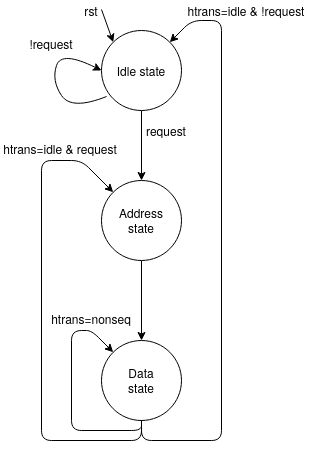
Before: figs/ESL/Bus_fsm_new.png, a diagram exported from draw.io (Ovsthus/hovsthus_thesis). Source tidied: cells renumbered, new cells last; positions are measured from the earlier drawing's top-left corner, leaving out a move shared by most shapes.
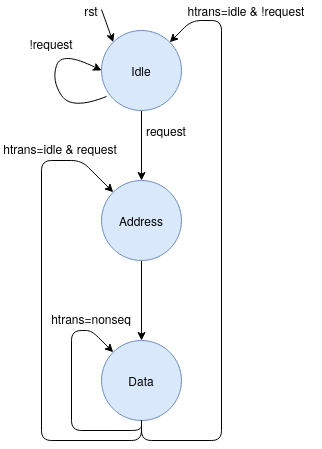
The same file after the commit.

What changed in the source:
```diff
@@ -5,16 +5,16 @@
     <mxCell id="2" style="edgeStyle=orthogonalEdgeStyle;rounded=0;jettySize=auto;html=1;" parent="1" edge="1" source="3" target="5">
       <mxGeometry relative="1" as="geometry" />
     </mxCell>
-    <mxCell id="3" value="&lt;div&gt;Idle state&lt;br&gt;&lt;/div&gt;" style="ellipse;whiteSpace=wrap;html=1;" parent="1" vertex="1">
+    <mxCell id="3" value="&lt;div&gt;Idle &lt;br&gt;&lt;/div&gt;" style="ellipse;whiteSpace=wrap;html=1;fillColor=#dae8fc;strokeColor=#6c8ebf;" parent="1" vertex="1">
       <mxGeometry x="101" y="30" width="80" height="80" as="geometry" />
     </mxCell>
     <mxCell id="4" style="edgeStyle=orthogonalEdgeStyle;rounded=0;jettySize=auto;html=1;" parent="1" edge="1" source="5" target="6">
       <mxGeometry relative="1" as="geometry" />
     </mxCell>
-    <mxCell id="5" value="&lt;div&gt;Address&lt;/div&gt;&lt;div&gt;state&lt;br&gt;&lt;/div&gt;" style="ellipse;whiteSpace=wrap;html=1;" parent="1" vertex="1">
+    <mxCell id="5" value="&lt;div&gt;Address&lt;/div&gt;" style="ellipse;whiteSpace=wrap;html=1;fillColor=#dae8fc;strokeColor=#6c8ebf;" parent="1" vertex="1">
       <mxGeometry x="101" y="180" width="80" height="80" as="geometry" />
     </mxCell>
-    <mxCell id="6" value="&lt;div&gt;Data&lt;/div&gt;&lt;div&gt;state&lt;br&gt;&lt;/div&gt;" style="ellipse;whiteSpace=wrap;html=1;" parent="1" vertex="1">
+    <mxCell id="6" value="&lt;div&gt;Data&lt;/div&gt;" style="ellipse;whiteSpace=wrap;html=1;fillColor=#dae8fc;strokeColor=#6c8ebf;" parent="1" vertex="1">
       <mxGeometry x="101" y="340" width="80" height="80" as="geometry" />
     </mxCell>
     <mxCell id="7" style="endArrow=classic;html=1;exitX=0.5;exitY=1;exitDx=0;exitDy=0;entryX=0;entryY=0;entryDx=0;entryDy=0;" parent="1" edge="1" source="6" target="6">
```
